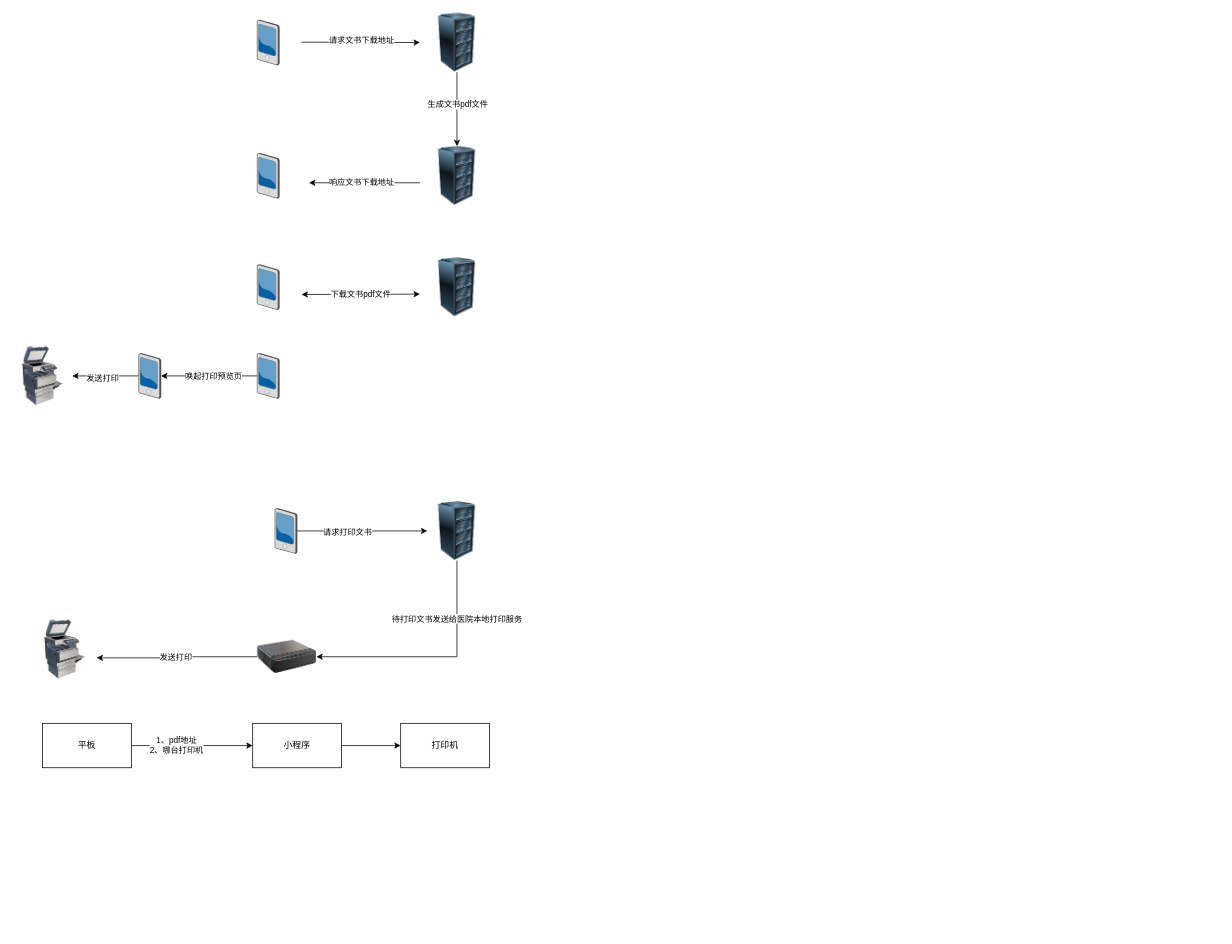
Above: print.drawio in tangme/flowchart (draw.io), before the change. Source tidied: cells renumbered, new cells numbered last; positions are measured from the earlier drawing's top-left corner, leaving out a move shared by most shapes. Both pictures are drawn from the tidied source at 74%, with x=0, y=0 at pixel (13, 13).
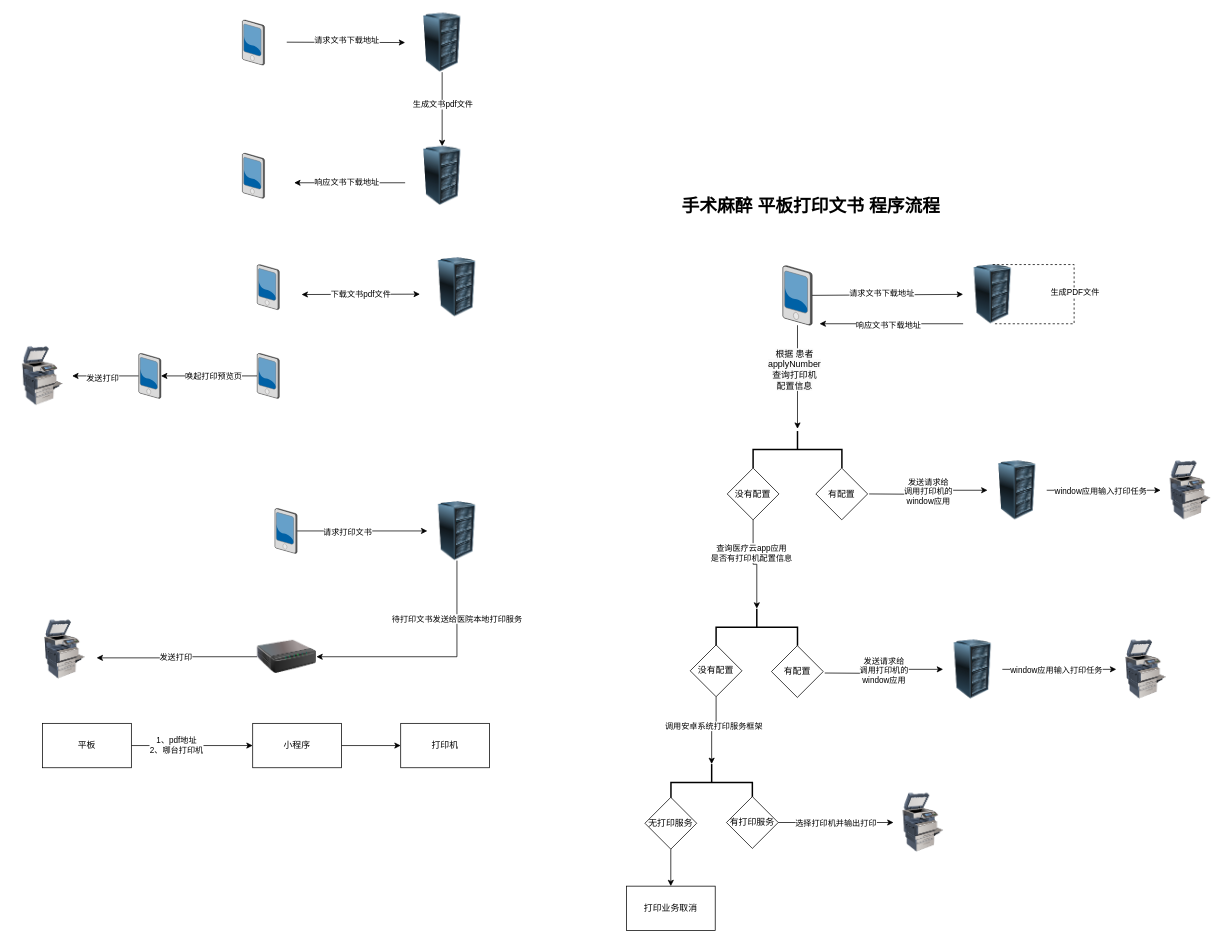
The same page after the edit.

Diff of the diagram source:
```diff
@@
     <mxCell id="2" style="verticalLabelPosition=bottom;sketch=0;html=1;verticalAlign=top;strokeColor=none;align=center;shape=mxgraph.citrix.pda;" parent="1" vertex="1">
-      <mxGeometry x="330" y="9.5" width="30" height="61" as="geometry" />
+      <mxGeometry x="310" y="9.5" width="30" height="61" as="geometry" />
     </mxCell>
@@
     <mxCell id="5" style="image;html=1;image=img/lib/clip_art/computers/Server_Rack_128x128.png;" parent="1" vertex="1">
-      <mxGeometry x="560" width="80" height="80" as="geometry" />
+      <mxGeometry x="540" width="80" height="80" as="geometry" />
     </mxCell>
@@
     <mxCell id="7" style="endArrow=classic;html=1;rounded=0;" parent="1" edge="1">
       <mxGeometry relative="1" as="geometry">
-        <mxPoint x="390" y="39.5" as="sourcePoint" />
-        <mxPoint x="550" y="40" as="targetPoint" />
+        <mxPoint x="370" y="39.5" as="sourcePoint" />
+        <mxPoint x="530" y="40" as="targetPoint" />
       </mxGeometry>
     </mxCell>
@@
     <mxCell id="9" style="image;html=1;image=img/lib/clip_art/computers/Server_Rack_128x128.png;" parent="1" vertex="1">
-      <mxGeometry x="560" y="180" width="80" height="80" as="geometry" />
+      <mxGeometry x="540" y="180" width="80" height="80" as="geometry" />
     </mxCell>
     <mxCell id="10" style="verticalLabelPosition=bottom;sketch=0;html=1;verticalAlign=top;strokeColor=none;align=center;shape=mxgraph.citrix.pda;" parent="1" vertex="1">
-      <mxGeometry x="330" y="189.5" width="30" height="61" as="geometry" />
+      <mxGeometry x="310" y="189.5" width="30" height="61" as="geometry" />
     </mxCell>
     <mxCell id="11" style="endArrow=classic;html=1;rounded=0;" parent="1" edge="1">
       <mxGeometry relative="1" as="geometry">
-        <mxPoint x="550" y="229.5" as="sourcePoint" />
-        <mxPoint x="400" y="229.5" as="targetPoint" />
+        <mxPoint x="530" y="229.5" as="sourcePoint" />
+        <mxPoint x="380" y="229.5" as="targetPoint" />
       </mxGeometry>
     </mxCell>
@@
+    <mxCell id="39" style="edgeStyle=orthogonalEdgeStyle;rounded=0;jettySize=auto;html=1;entryX=0.5;entryY=0;entryDx=0;entryDy=0;" parent="1" edge="1" source="41">
+      <mxGeometry relative="1" as="geometry">
+        <mxPoint x="1060.2" y="562" as="targetPoint" />
+      </mxGeometry>
+    </mxCell>
+    <mxCell id="40" value="&lt;span style=&quot;font-size: 12px; text-wrap-mode: wrap; background-color: rgb(251, 251, 251);&quot;&gt;根据 患者 applyNumber 查询打印机配置信息&lt;/span&gt;" style="edgeLabel;html=1;align=center;verticalAlign=middle;" parent="39" vertex="1">
+      <mxGeometry x="-0.13" y="-5" relative="1" as="geometry">
+        <mxPoint y="-2" as="offset" />
+      </mxGeometry>
+    </mxCell>
+    <mxCell id="41" style="verticalLabelPosition=bottom;sketch=0;html=1;verticalAlign=top;strokeColor=none;align=center;outlineConnect=0;shape=mxgraph.citrix.pda;" parent="1" vertex="1">
+      <mxGeometry x="1040.4" y="341.5" width="39.6" height="80.5" as="geometry" />
+    </mxCell>
+    <mxCell id="42" style="image;html=1;image=img/lib/clip_art/computers/Server_Rack_128x128.png;" parent="1" vertex="1">
+      <mxGeometry x="1284" y="340" width="80" height="80" as="geometry" />
+    </mxCell>
+    <mxCell id="43" style="endArrow=classic;html=1;rounded=0;" parent="1" edge="1" source="41" target="42">
+      <mxGeometry relative="1" as="geometry" />
+    </mxCell>
+    <mxCell id="44" value="请求文书下载地址" style="edgeLabel;html=1;align=center;verticalAlign=middle;" parent="43" vertex="1">
+      <mxGeometry x="-0.36" y="3" relative="1" as="geometry">
+        <mxPoint x="29" as="offset" />
+      </mxGeometry>
+    </mxCell>
+    <mxCell id="45" style="endArrow=none;dashed=1;html=1;rounded=0;exitX=0.5;exitY=0;exitDx=0;exitDy=0;entryX=0.5;entryY=1;entryDx=0;entryDy=0;" parent="1" edge="1" source="42" target="42">
+      <mxGeometry relative="1" as="geometry">
+        <Array as="points">
+          <mxPoint x="1434" y="340" />
+          <mxPoint x="1434" y="420" />
+        </Array>
+      </mxGeometry>
+    </mxCell>
+    <mxCell id="46" value="生成PDF文件" style="edgeLabel;html=1;align=center;verticalAlign=middle;" parent="45" vertex="1">
+      <mxGeometry x="0.04" relative="1" as="geometry">
+        <mxPoint y="-9" as="offset" />
+      </mxGeometry>
+    </mxCell>
+    <mxCell id="47" style="endArrow=classic;html=1;rounded=0;exitX=0;exitY=1;exitDx=0;exitDy=0;" parent="1" edge="1" source="42">
+      <mxGeometry relative="1" as="geometry">
+        <mxPoint x="1090" y="420" as="targetPoint" />
+      </mxGeometry>
+    </mxCell>
+    <mxCell id="48" value="响应文书下载地址" style="edgeLabel;html=1;align=center;verticalAlign=middle;" parent="47" vertex="1">
+      <mxGeometry x="0.21" y="1" relative="1" as="geometry">
+        <mxPoint x="15" as="offset" />
+      </mxGeometry>
+    </mxCell>
+    <mxCell id="49" style="image;html=1;image=img/lib/clip_art/computers/Server_Rack_128x128.png;" parent="1" vertex="1">
+      <mxGeometry x="1317" y="605" width="80" height="80" as="geometry" />
+    </mxCell>
+    <mxCell id="50" style="edgeStyle=orthogonalEdgeStyle;rounded=0;jettySize=auto;html=1;entryX=0;entryY=0.5;entryDx=0;entryDy=0;exitX=1;exitY=0.5;exitDx=0;exitDy=0;" parent="1" edge="1" target="49">
+      <mxGeometry relative="1" as="geometry">
+        <mxPoint x="1157" y="650" as="sourcePoint" />
+      </mxGeometry>
+    </mxCell>
+    <mxCell id="51" value="发送请求给&lt;div&gt;调用打印机的&lt;/div&gt;&lt;div&gt;window应用&lt;/div&gt;" style="edgeLabel;html=1;align=center;verticalAlign=middle;" parent="50" vertex="1">
+      <mxGeometry x="0.03" y="1" relative="1" as="geometry" />
+    </mxCell>
+    <mxCell id="52" style="image;html=1;image=img/lib/clip_art/computers/Printer_Commercial_128x128.png;" parent="1" vertex="1">
+      <mxGeometry x="1551" y="605" width="80" height="80" as="geometry" />
+    </mxCell>
+    <mxCell id="53" style="edgeStyle=orthogonalEdgeStyle;rounded=0;jettySize=auto;html=1;exitX=1;exitY=0.5;exitDx=0;exitDy=0;entryX=0;entryY=0.5;entryDx=0;entryDy=0;" parent="1" edge="1" source="49" target="52">
+      <mxGeometry relative="1" as="geometry" />
+    </mxCell>
+    <mxCell id="54" value="window应用输入打印任务" style="edgeLabel;html=1;align=center;verticalAlign=middle;" parent="53" vertex="1">
+      <mxGeometry x="-0.17" y="-1" relative="1" as="geometry">
+        <mxPoint x="8" as="offset" />
+      </mxGeometry>
+    </mxCell>
+    <mxCell id="55" style="strokeWidth=2;html=1;shape=mxgraph.flowchart.annotation_2;align=left;labelPosition=right;rotation=90;" parent="1" vertex="1">
+      <mxGeometry x="1035.2" y="530" width="50" height="120" as="geometry" />
+    </mxCell>
+    <mxCell id="56" value="&lt;div&gt;有配置&lt;/div&gt;" style="rhombus;whiteSpace=wrap;html=1;" parent="1" vertex="1">
+      <mxGeometry x="1085" y="615" width="70" height="70" as="geometry" />
+    </mxCell>
+    <mxCell id="57" value="&lt;span style=&quot;background-color: initial;&quot;&gt;没有配置&lt;/span&gt;" style="rhombus;whiteSpace=wrap;html=1;" parent="1" vertex="1">
+      <mxGeometry x="965.2" y="615" width="70" height="70" as="geometry" />
+    </mxCell>
+    <mxCell id="58" style="strokeWidth=2;html=1;shape=mxgraph.flowchart.annotation_2;align=left;labelPosition=right;rotation=90;" parent="1" vertex="1">
+      <mxGeometry x="980.2" y="775" width="50" height="110" as="geometry" />
+    </mxCell>
+    <mxCell id="59" style="edgeStyle=orthogonalEdgeStyle;rounded=0;jettySize=auto;html=1;exitX=0.5;exitY=1;exitDx=0;exitDy=0;entryX=0;entryY=0.5;entryDx=0;entryDy=0;entryPerimeter=0;" parent="1" edge="1" source="57" target="58">
+      <mxGeometry relative="1" as="geometry" />
+    </mxCell>
+    <mxCell id="60" value="查询医疗云app应用&lt;div&gt;是否有打印机配置信息&lt;/div&gt;" style="edgeLabel;html=1;align=center;verticalAlign=middle;" parent="59" vertex="1">
+      <mxGeometry x="-0.29" y="-3" relative="1" as="geometry" />
+    </mxCell>
+    <mxCell id="61" style="image;html=1;image=img/lib/clip_art/computers/Server_Rack_128x128.png;" parent="1" vertex="1">
+      <mxGeometry x="1257" y="847" width="80" height="80" as="geometry" />
+    </mxCell>
+    <mxCell id="62" style="edgeStyle=orthogonalEdgeStyle;rounded=0;jettySize=auto;html=1;entryX=0;entryY=0.5;entryDx=0;entryDy=0;exitX=1;exitY=0.5;exitDx=0;exitDy=0;" parent="1" edge="1" target="61">
+      <mxGeometry relative="1" as="geometry">
+        <mxPoint x="1097" y="892" as="sourcePoint" />
+      </mxGeometry>
+    </mxCell>
+    <mxCell id="63" value="发送请求给&lt;div&gt;调用打印机的&lt;/div&gt;&lt;div&gt;window应用&lt;/div&gt;" style="edgeLabel;html=1;align=center;verticalAlign=middle;" parent="62" vertex="1">
+      <mxGeometry x="0.03" y="1" relative="1" as="geometry" />
+    </mxCell>
+    <mxCell id="64" style="image;html=1;image=img/lib/clip_art/computers/Printer_Commercial_128x128.png;" parent="1" vertex="1">
+      <mxGeometry x="1491" y="847" width="80" height="80" as="geometry" />
+    </mxCell>
+    <mxCell id="65" style="edgeStyle=orthogonalEdgeStyle;rounded=0;jettySize=auto;html=1;exitX=1;exitY=0.5;exitDx=0;exitDy=0;entryX=0;entryY=0.5;entryDx=0;entryDy=0;" parent="1" edge="1" source="61" target="64">
+      <mxGeometry relative="1" as="geometry" />
+    </mxCell>
+    <mxCell id="66" value="window应用输入打印任务" style="edgeLabel;html=1;align=center;verticalAlign=middle;" parent="65" vertex="1">
+      <mxGeometry x="-0.17" y="-1" relative="1" as="geometry">
+        <mxPoint x="8" as="offset" />
+      </mxGeometry>
+    </mxCell>
+    <mxCell id="67" value="&lt;div&gt;有配置&lt;/div&gt;" style="rhombus;whiteSpace=wrap;html=1;" parent="1" vertex="1">
+      <mxGeometry x="1025" y="855" width="70" height="70" as="geometry" />
+    </mxCell>
+    <mxCell id="68" value="&lt;span style=&quot;background-color: initial;&quot;&gt;没有配置&lt;/span&gt;" style="rhombus;whiteSpace=wrap;html=1;" parent="1" vertex="1">
+      <mxGeometry x="915.2" y="854" width="70" height="70" as="geometry" />
+    </mxCell>
+    <mxCell id="69" style="strokeWidth=2;html=1;shape=mxgraph.flowchart.annotation_2;align=left;labelPosition=right;rotation=90;" parent="1" vertex="1">
+      <mxGeometry x="919.2" y="985" width="50" height="110" as="geometry" />
+    </mxCell>
+    <mxCell id="70" style="edgeStyle=orthogonalEdgeStyle;rounded=0;jettySize=auto;html=1;exitX=0.5;exitY=1;exitDx=0;exitDy=0;entryX=0;entryY=0.5;entryDx=0;entryDy=0;entryPerimeter=0;" parent="1" edge="1" source="68" target="69">
+      <mxGeometry relative="1" as="geometry" />
+    </mxCell>
+    <mxCell id="71" value="调用安卓系统打印服务框架" style="edgeLabel;html=1;align=center;verticalAlign=middle;" parent="70" vertex="1">
+      <mxGeometry x="-0.19" y="-4" relative="1" as="geometry" />
+    </mxCell>
+    <mxCell id="72" style="edgeStyle=orthogonalEdgeStyle;rounded=0;jettySize=auto;html=1;entryX=0;entryY=0.5;entryDx=0;entryDy=0;" parent="1" edge="1" source="74" target="75">
+      <mxGeometry relative="1" as="geometry" />
+    </mxCell>
+    <mxCell id="73" value="选择打印机并输出打印" style="edgeLabel;html=1;align=center;verticalAlign=middle;" parent="72" vertex="1">
+      <mxGeometry x="-0.22" relative="1" as="geometry">
+        <mxPoint x="16" as="offset" />
+      </mxGeometry>
+    </mxCell>
+    <mxCell id="74" value="&lt;div&gt;有&lt;span style=&quot;background-color: initial;&quot;&gt;打印服务&lt;/span&gt;&lt;/div&gt;" style="rhombus;whiteSpace=wrap;html=1;" parent="1" vertex="1">
+      <mxGeometry x="964.2" y="1059" width="70" height="70" as="geometry" />
+    </mxCell>
+    <mxCell id="75" style="image;html=1;image=img/lib/clip_art/computers/Printer_Commercial_128x128.png;" parent="1" vertex="1">
+      <mxGeometry x="1190" y="1054" width="80" height="80" as="geometry" />
+    </mxCell>
+    <mxCell id="76" style="edgeStyle=orthogonalEdgeStyle;rounded=0;jettySize=auto;html=1;entryX=0.5;entryY=0;entryDx=0;entryDy=0;" parent="1" edge="1" source="77" target="78">
+      <mxGeometry relative="1" as="geometry" />
+    </mxCell>
+    <mxCell id="77" value="&lt;span style=&quot;background-color: initial;&quot;&gt;无打印服务&lt;/span&gt;" style="rhombus;whiteSpace=wrap;html=1;" parent="1" vertex="1">
+      <mxGeometry x="854" y="1060" width="70" height="70" as="geometry" />
+    </mxCell>
+    <mxCell id="78" value="打印业务取消" style="rounded=0;whiteSpace=wrap;html=1;" parent="1" vertex="1">
+      <mxGeometry x="829" y="1180" width="120" height="60" as="geometry" />
+    </mxCell>
+    <mxCell id="79" value="&lt;h1 style=&quot;margin-top: 0px;&quot;&gt;手术麻醉 平板打印文书 程序流程&lt;/h1&gt;" style="text;html=1;whiteSpace=wrap;overflow=hidden;rounded=0;" parent="1" vertex="1">
+      <mxGeometry x="902.2" y="240" width="414.8" height="50" as="geometry" />
+    </mxCell>
```
